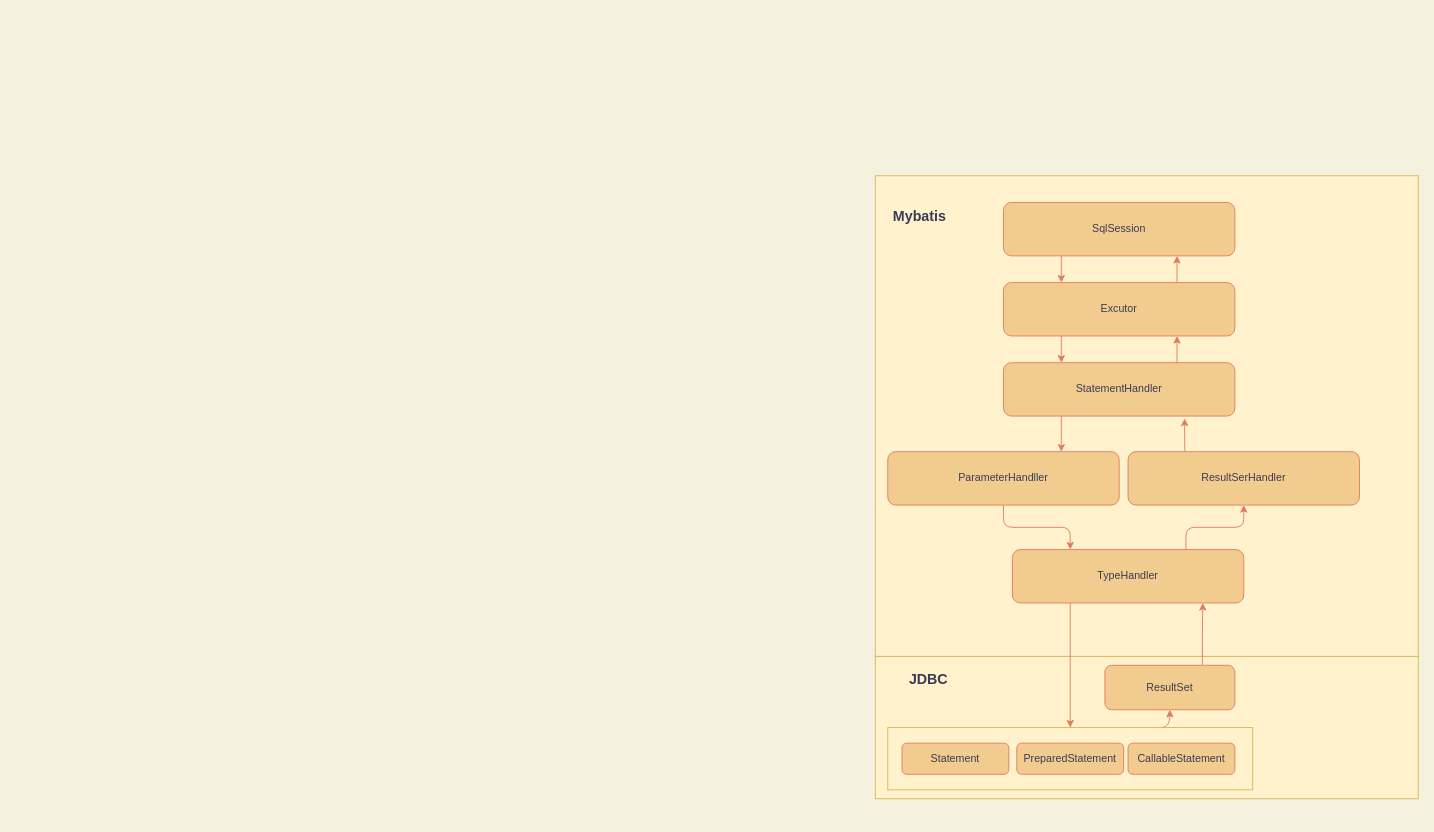
This is page "框架结构" (1 of 2) of Java/笔记专栏/ORM框架-专题/Mybatis-专栏/Mybatis专栏.drawio from MyEclipseyang/summary_note, a draw.io file, before an edit. Source tidied: cells renumbered, new cells numbered last; positions are measured from the earlier drawing's top-left corner, leaving out a move shared by most shapes. Both pictures are drawn from the tidied source at 89%, with x=0, y=0 at pixel (875, 175).
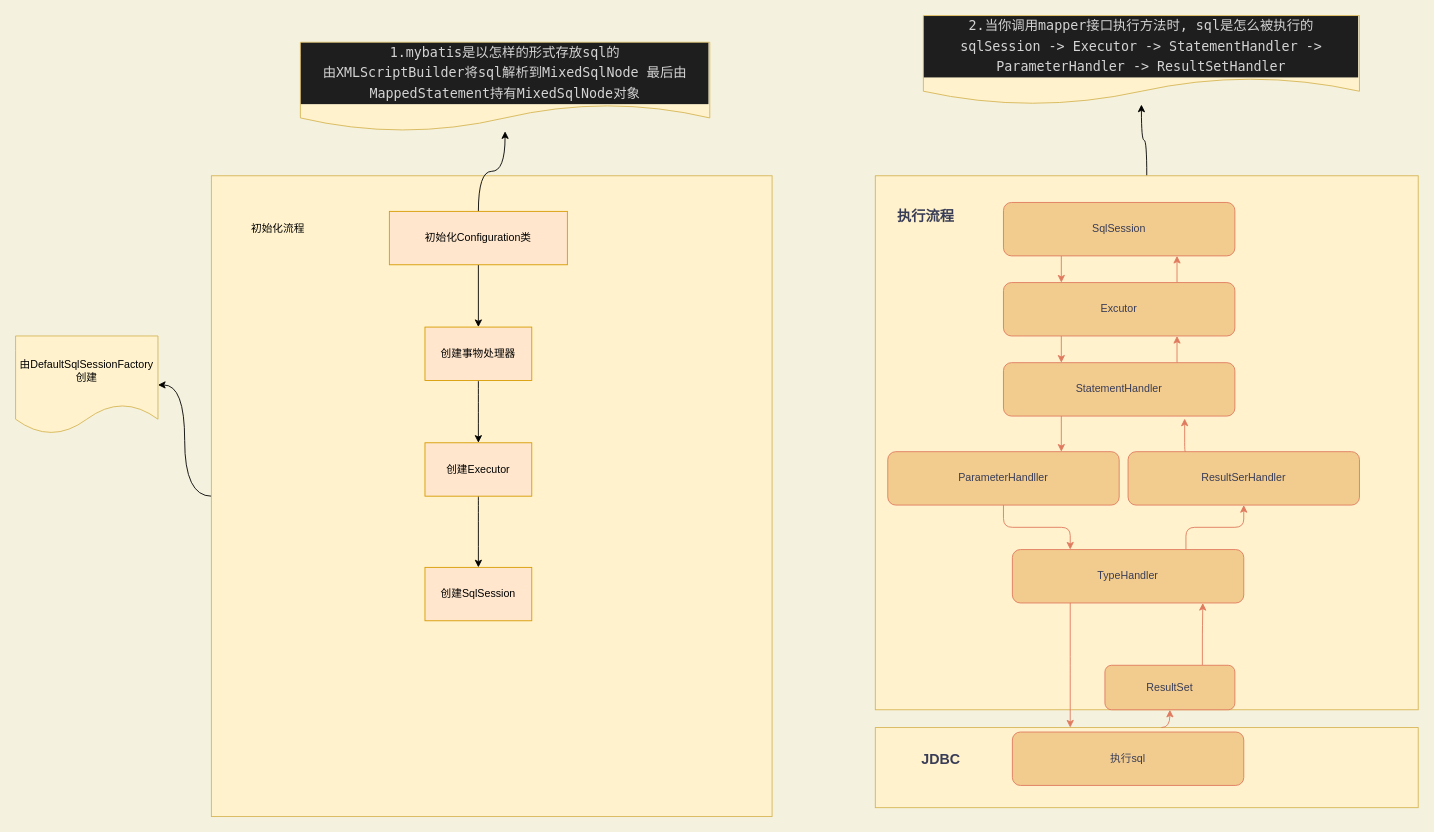
The same diagram, later.

Unchanged cells that the change refers to:
```xml
<mxCell id="16" value="TypeHandler" style="rounded=1;whiteSpace=wrap;html=1;sketch=0;fontColor=#393C56;strokeColor=#E07A5F;fillColor=#F2CC8F;" parent="1" vertex="1">
  <mxGeometry x="154" y="420" width="260" height="60" as="geometry" />
</mxCell>
<mxCell id="26" value="ResultSet" style="rounded=1;whiteSpace=wrap;html=1;sketch=0;fontColor=#393C56;strokeColor=#E07A5F;fillColor=#F2CC8F;" parent="1" vertex="1">
  <mxGeometry x="258" y="550" width="146" height="50" as="geometry" />
</mxCell>
```

Diff of the diagram source:
```diff
@@
+    <mxCell id="28" style="edgeStyle=orthogonalEdgeStyle;curved=1;rounded=0;jettySize=auto;html=1;" parent="1" edge="1" source="2" target="43">
+      <mxGeometry relative="1" as="geometry" />
+    </mxCell>
     <mxCell id="2" style="rounded=0;whiteSpace=wrap;html=1;sketch=0;strokeColor=#d6b656;fillColor=#fff2cc;" parent="1" vertex="1">
-      <mxGeometry width="610" height="540" as="geometry" />
+      <mxGeometry width="610" height="600" as="geometry" />
     </mxCell>
@@
     <mxCell id="17" style="rounded=0;whiteSpace=wrap;html=1;sketch=0;strokeColor=#d6b656;fillColor=#fff2cc;" parent="1" vertex="1">
-      <mxGeometry y="540" width="610" height="160" as="geometry" />
+      <mxGeometry y="620" width="610" height="90" as="geometry" />
     </mxCell>
-    <mxCell id="18" style="edgeStyle=orthogonalEdgeStyle;curved=1;rounded=1;sketch=0;jettySize=auto;html=1;exitX=0.75;exitY=0;exitDx=0;exitDy=0;fontSize=16;fontColor=#393C56;strokeColor=#E07A5F;fillColor=#F2CC8F;entryX=0.5;entryY=1;entryDx=0;entryDy=0;" parent="1" edge="1" source="19" target="26">
-      <mxGeometry relative="1" as="geometry" />
+    <mxCell id="18" style="edgeStyle=orthogonalEdgeStyle;curved=1;rounded=1;sketch=0;jettySize=auto;html=1;exitX=0.75;exitY=0;exitDx=0;exitDy=0;fontSize=16;fontColor=#393C56;strokeColor=#E07A5F;fillColor=#F2CC8F;entryX=0.5;entryY=1;entryDx=0;entryDy=0;" parent="1" edge="1" target="26">
+      <mxGeometry relative="1" as="geometry">
+        <mxPoint x="321.5" y="620" as="sourcePoint" />
+      </mxGeometry>
     </mxCell>
-    <mxCell id="19" style="rounded=0;whiteSpace=wrap;html=1;sketch=0;strokeColor=#d6b656;fillColor=#fff2cc;" parent="1" vertex="1">
-      <mxGeometry x="14" y="620" width="410" height="70" as="geometry" />
-    </mxCell>
     <mxCell id="20" value="&lt;b&gt;&lt;font style=&quot;font-size: 16px&quot;&gt;JDBC&lt;/font&gt;&lt;/b&gt;" style="text;html=1;strokeColor=none;fillColor=none;align=center;verticalAlign=middle;whiteSpace=wrap;rounded=0;sketch=0;fontColor=#393C56;" parent="1" vertex="1">
-      <mxGeometry x="30" y="550" width="60" height="30" as="geometry" />
+      <mxGeometry x="44" y="640" width="60" height="30" as="geometry" />
     </mxCell>
-    <mxCell id="21" value="&lt;b&gt;&lt;font style=&quot;font-size: 16px&quot;&gt;Mybatis&lt;/font&gt;&lt;/b&gt;" style="text;html=1;strokeColor=none;fillColor=none;align=center;verticalAlign=middle;whiteSpace=wrap;rounded=0;sketch=0;fontColor=#393C56;" parent="1" vertex="1">
-      <mxGeometry x="20" y="30" width="60" height="30" as="geometry" />
+    <mxCell id="21" value="&lt;span style=&quot;font-size: 16px;&quot;&gt;&lt;b&gt;执行流程&lt;/b&gt;&lt;/span&gt;" style="text;html=1;strokeColor=none;fillColor=none;align=center;verticalAlign=middle;whiteSpace=wrap;rounded=0;sketch=0;fontColor=#393C56;" parent="1" vertex="1">
+      <mxGeometry x="20" y="30" width="74" height="30" as="geometry" />
     </mxCell>
-    <mxCell id="22" value="Statement" style="rounded=1;whiteSpace=wrap;html=1;sketch=0;fontColor=#393C56;strokeColor=#E07A5F;fillColor=#F2CC8F;" parent="1" vertex="1">
-      <mxGeometry x="30" y="637.5" width="120" height="35" as="geometry" />
-    </mxCell>
-    <mxCell id="23" value="PreparedStatement" style="rounded=1;whiteSpace=wrap;html=1;sketch=0;fontColor=#393C56;strokeColor=#E07A5F;fillColor=#F2CC8F;" parent="1" vertex="1">
-      <mxGeometry x="159" y="637.5" width="120" height="35" as="geometry" />
-    </mxCell>
-    <mxCell id="24" value="CallableStatement" style="rounded=1;whiteSpace=wrap;html=1;sketch=0;fontColor=#393C56;strokeColor=#E07A5F;fillColor=#F2CC8F;" parent="1" vertex="1">
-      <mxGeometry x="284" y="637.5" width="120" height="35" as="geometry" />
-    </mxCell>
@@
-    <mxCell id="27" style="edgeStyle=orthogonalEdgeStyle;curved=0;rounded=1;sketch=0;jettySize=auto;html=1;exitX=0.25;exitY=1;exitDx=0;exitDy=0;entryX=0.5;entryY=0;entryDx=0;entryDy=0;fontSize=16;fontColor=#393C56;strokeColor=#E07A5F;fillColor=#F2CC8F;" parent="1" edge="1" source="16" target="19">
-      <mxGeometry relative="1" as="geometry" />
+    <mxCell id="27" style="edgeStyle=orthogonalEdgeStyle;curved=0;rounded=1;sketch=0;jettySize=auto;html=1;exitX=0.25;exitY=1;exitDx=0;exitDy=0;entryX=0.5;entryY=0;entryDx=0;entryDy=0;fontSize=16;fontColor=#393C56;strokeColor=#E07A5F;fillColor=#F2CC8F;" parent="1" edge="1" source="16">
+      <mxGeometry relative="1" as="geometry">
+        <mxPoint x="219" y="620" as="targetPoint" />
+      </mxGeometry>
     </mxCell>
+    <mxCell id="29" style="edgeStyle=orthogonalEdgeStyle;rounded=0;jettySize=auto;html=1;curved=1;" parent="1" edge="1" source="30" target="36">
+      <mxGeometry relative="1" as="geometry" />
+    </mxCell>
+    <mxCell id="30" style="rounded=0;whiteSpace=wrap;html=1;fillColor=#fff2cc;strokeColor=#d6b656;" parent="1" vertex="1">
+      <mxGeometry x="-746" width="630" height="720" as="geometry" />
+    </mxCell>
+    <mxCell id="31" style="edgeStyle=orthogonalEdgeStyle;curved=1;rounded=0;jettySize=auto;html=1;" parent="1" edge="1" source="33" target="42">
+      <mxGeometry relative="1" as="geometry" />
+    </mxCell>
+    <mxCell id="32" style="edgeStyle=orthogonalEdgeStyle;rounded=0;jettySize=auto;html=1;" parent="1" edge="1" source="33" target="35">
+      <mxGeometry relative="1" as="geometry" />
+    </mxCell>
+    <mxCell id="33" value="初始化Configuration类" style="rounded=0;whiteSpace=wrap;html=1;fillColor=#ffe6cc;strokeColor=#d79b00;" parent="1" vertex="1">
+      <mxGeometry x="-546" y="40" width="200" height="60" as="geometry" />
+    </mxCell>
+    <mxCell id="34" style="edgeStyle=orthogonalEdgeStyle;curved=1;rounded=0;jettySize=auto;html=1;" parent="1" edge="1" source="35" target="38">
+      <mxGeometry relative="1" as="geometry" />
+    </mxCell>
+    <mxCell id="35" value="创建事物处理器" style="whiteSpace=wrap;html=1;fillColor=#ffe6cc;strokeColor=#d79b00;rounded=0;" parent="1" vertex="1">
+      <mxGeometry x="-506" y="170" width="120" height="60" as="geometry" />
+    </mxCell>
+    <mxCell id="36" value="由DefaultSqlSessionFactory创建" style="shape=document;whiteSpace=wrap;html=1;boundedLbl=1;fillColor=#fff2cc;strokeColor=#d6b656;rounded=0;" parent="1" vertex="1">
+      <mxGeometry x="-966" y="180" width="160" height="110" as="geometry" />
+    </mxCell>
+    <mxCell id="37" style="edgeStyle=orthogonalEdgeStyle;curved=1;rounded=0;jettySize=auto;html=1;" parent="1" edge="1" source="38" target="39">
+      <mxGeometry relative="1" as="geometry" />
+    </mxCell>
+    <mxCell id="38" value="创建Executor" style="whiteSpace=wrap;html=1;fillColor=#ffe6cc;strokeColor=#d79b00;rounded=0;" parent="1" vertex="1">
+      <mxGeometry x="-506" y="300" width="120" height="60" as="geometry" />
+    </mxCell>
+    <mxCell id="39" value="创建SqlSession" style="whiteSpace=wrap;html=1;fillColor=#ffe6cc;strokeColor=#d79b00;rounded=0;" parent="1" vertex="1">
+      <mxGeometry x="-506" y="440" width="120" height="60" as="geometry" />
+    </mxCell>
+    <mxCell id="40" value="初始化流程" style="text;html=1;strokeColor=none;fillColor=none;align=center;verticalAlign=middle;whiteSpace=wrap;rounded=0;" parent="1" vertex="1">
+      <mxGeometry x="-706" y="45" width="70" height="30" as="geometry" />
+    </mxCell>
+    <mxCell id="41" value="执行sql" style="rounded=1;whiteSpace=wrap;html=1;sketch=0;fontColor=#393C56;strokeColor=#E07A5F;fillColor=#F2CC8F;" parent="1" vertex="1">
+      <mxGeometry x="154" y="625" width="260" height="60" as="geometry" />
+    </mxCell>
+    <mxCell id="42" value="&lt;div style=&quot;color: rgb(212, 212, 212); background-color: rgb(30, 30, 30); font-family: Menlo, Monaco, &amp;quot;Courier New&amp;quot;, monospace; font-size: 15px; line-height: 23px;&quot;&gt;&lt;div&gt;1.mybatis是以怎样的形式存放sql的&lt;/div&gt;&lt;div&gt;由XMLScriptBuilder将sql解析到MixedSqlNode 最后由MappedStatement持有MixedSqlNode对象&lt;/div&gt;&lt;/div&gt;" style="shape=document;whiteSpace=wrap;html=1;boundedLbl=1;fillColor=#fff2cc;strokeColor=#d6b656;rounded=0;" parent="1" vertex="1">
+      <mxGeometry x="-646" y="-150" width="460" height="100" as="geometry" />
+    </mxCell>
+    <mxCell id="43" value="&lt;div style=&quot;color: rgb(212, 212, 212); background-color: rgb(30, 30, 30); font-family: Menlo, Monaco, &amp;quot;Courier New&amp;quot;, monospace; font-size: 15px; line-height: 23px;&quot;&gt;&lt;div&gt;2.当你调用mapper接口执行方法时, sql是怎么被执行的&lt;/div&gt;&lt;div&gt;sqlSession -&amp;gt; Executor -&amp;gt; StatementHandler -&amp;gt; ParameterHandler -&amp;gt; ResultSetHandler&lt;/div&gt;&lt;/div&gt;" style="shape=document;whiteSpace=wrap;html=1;boundedLbl=1;fillColor=#fff2cc;strokeColor=#d6b656;rounded=0;sketch=0;" parent="1" vertex="1">
+      <mxGeometry x="54" y="-180" width="490" height="100" as="geometry" />
+    </mxCell>
```
